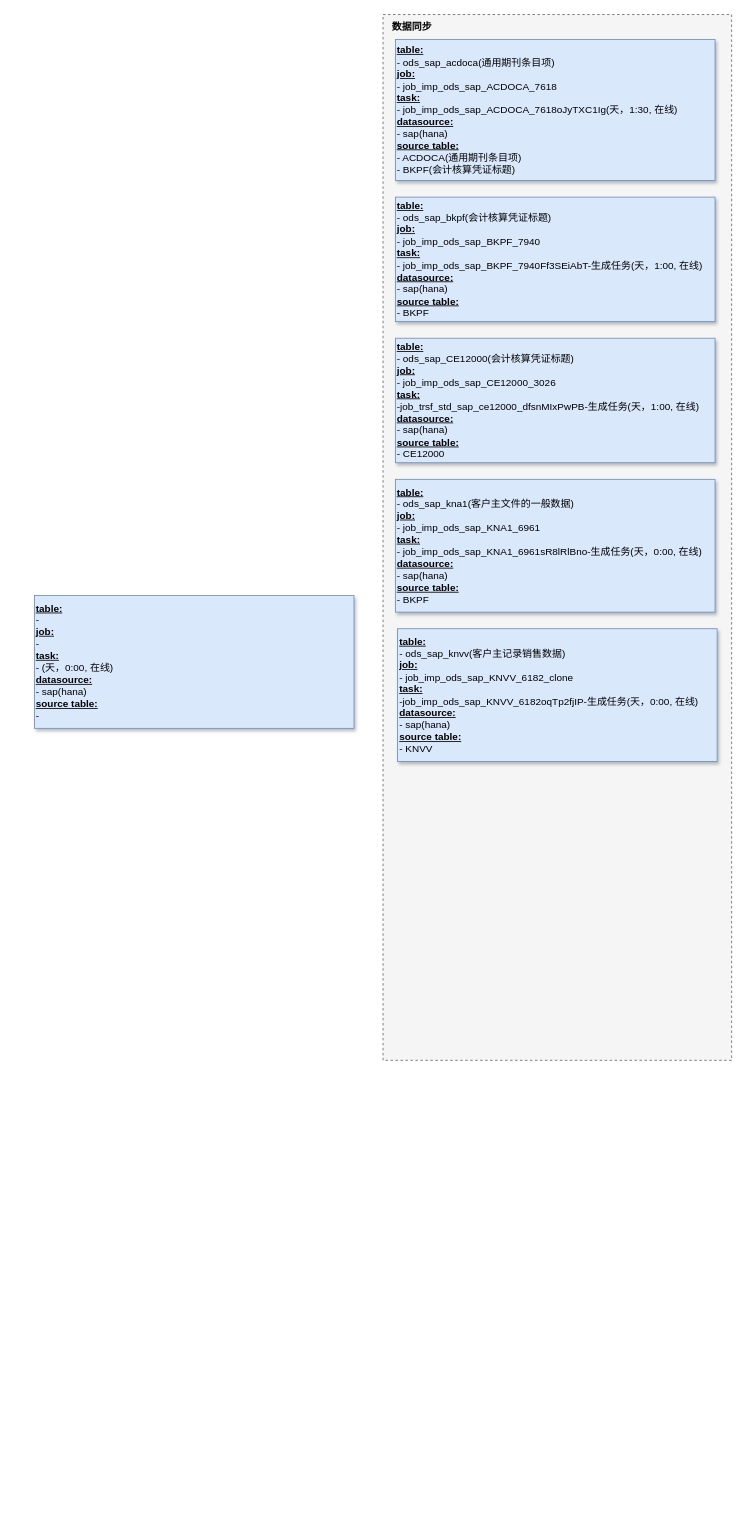
This is bow-bo.drawio from fsJerryChan/fsJerryChan, a draw.io file, before an edit. Source tidied: cells renumbered, new cells numbered last; positions are measured from the earlier drawing's top-left corner, leaving out a move shared by most shapes. Both pictures are drawn from the tidied source at 83%, with x=0, y=0 at pixel (34, 14).
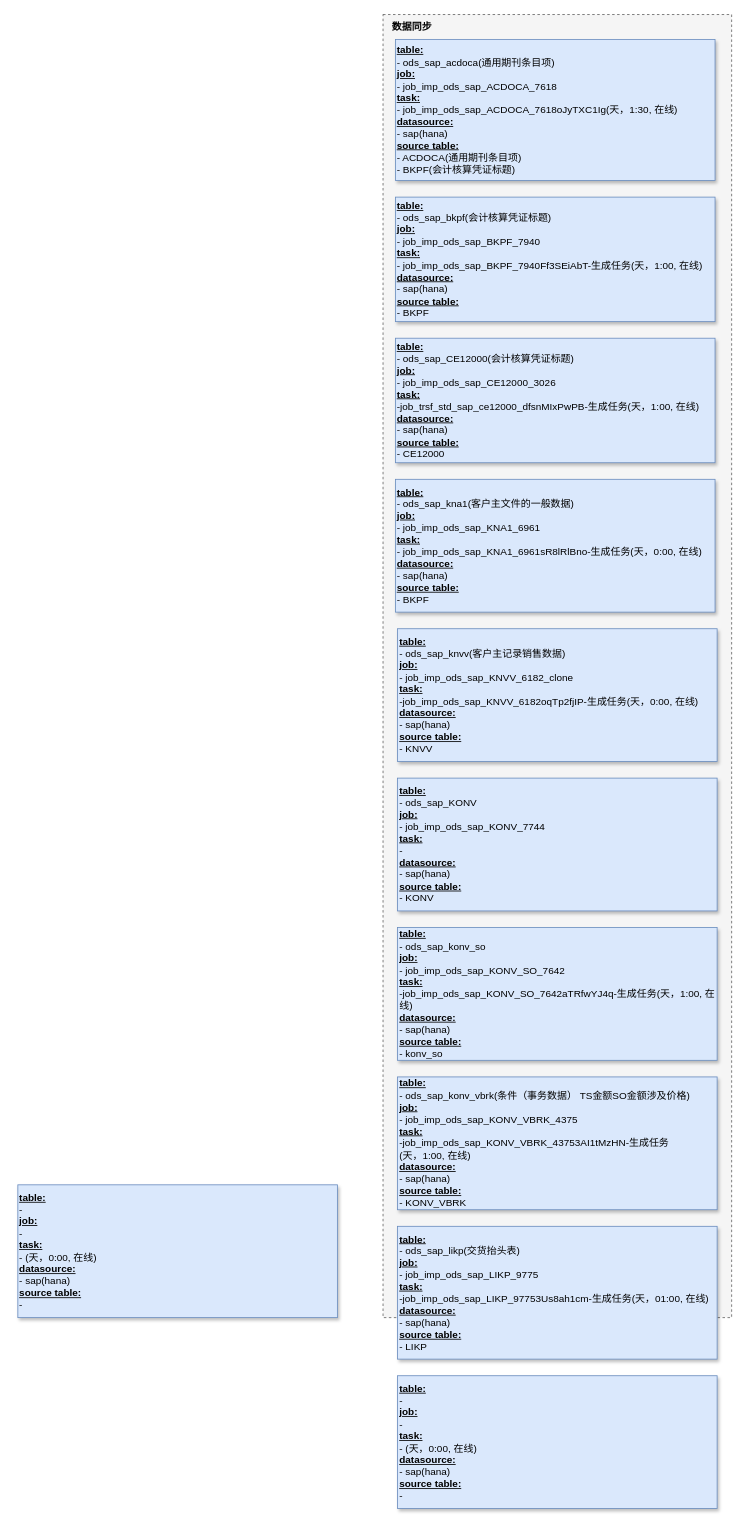
Above is the later version.

What changed in the source:
```diff
@@
 <mxGraphModel>
   <root>
     <mxCell id="0" />
     <mxCell id="1" parent="0" />
     <mxCell id="2" style="rounded=0;whiteSpace=wrap;html=1;dashed=1;fillColor=#f5f5f5;fontColor=#333333;strokeColor=#666666;" parent="1" vertex="1">
-      <mxGeometry x="420" width="420" height="1260" as="geometry" />
+      <mxGeometry x="420" width="420" height="1570" as="geometry" />
     </mxCell>
     <mxCell id="3" value="数据同步" style="text;strokeColor=none;align=center;fillColor=none;html=1;verticalAlign=middle;whiteSpace=wrap;rounded=0;fontStyle=1;" parent="1" vertex="1">
       <mxGeometry x="420" width="70" height="30" as="geometry" />
     </mxCell>
     <mxCell id="4" value="&lt;font style=&quot;font-size: 12px;&quot;&gt;&lt;b style=&quot;border-color: var(--border-color);&quot;&gt;&lt;u style=&quot;border-color: var(--border-color);&quot;&gt;table:&lt;/u&gt;&lt;/b&gt;&amp;nbsp;&lt;br style=&quot;border-color: var(--border-color);&quot;&gt;- ods_sap_acdoca(通用期刊条目项)&lt;b style=&quot;border-color: var(--border-color);&quot;&gt;&lt;u style=&quot;border-color: var(--border-color);&quot;&gt;&lt;br style=&quot;border-color: var(--border-color);&quot;&gt;job:&lt;/u&gt;&lt;/b&gt;&lt;br style=&quot;border-color: var(--border-color);&quot;&gt;- job_imp_ods_sap_ACDOCA_7618&lt;br&gt;&lt;u style=&quot;font-weight: bold;&quot;&gt;task:&lt;br&gt;&lt;/u&gt;- job_imp_ods_sap_ACDOCA_7618oJyTXC1Ig(天，1:30,&amp;nbsp;在线)&lt;br&gt;&lt;u style=&quot;font-weight: bold;&quot;&gt;datasource:&lt;/u&gt;&lt;br&gt;- sap(hana)&lt;br&gt;&lt;u style=&quot;font-weight: bold;&quot;&gt;source table:&lt;/u&gt;&amp;nbsp;&lt;br&gt;- ACDOCA(通用期刊条目项)&lt;br&gt;- BKPF(会计核算凭证标题)&lt;/font&gt;" style="rounded=0;whiteSpace=wrap;html=1;align=left;fillColor=#dae8fc;strokeColor=#6c8ebf;shadow=1;" parent="1" vertex="1">
       <mxGeometry x="435" y="30" width="385" height="170" as="geometry" />
     </mxCell>
     <mxCell id="5" value="&lt;font style=&quot;&quot;&gt;&lt;b style=&quot;font-size: 12px; border-color: var(--border-color);&quot;&gt;&lt;u style=&quot;border-color: var(--border-color);&quot;&gt;table:&lt;/u&gt;&lt;/b&gt;&amp;nbsp;&lt;br style=&quot;border-color: var(--border-color);&quot;&gt;-&amp;nbsp;ods_sap_bkpf&lt;span style=&quot;background-color: initial;&quot;&gt;(会计核算凭证标题)&lt;/span&gt;&lt;br&gt;&lt;b style=&quot;font-size: 12px; border-color: var(--border-color);&quot;&gt;&lt;u style=&quot;border-color: var(--border-color);&quot;&gt;job:&lt;/u&gt;&lt;/b&gt;&lt;br style=&quot;border-color: var(--border-color);&quot;&gt;-&amp;nbsp;job_imp_ods_sap_BKPF_7940&lt;br&gt;&lt;u style=&quot;font-size: 12px; font-weight: bold;&quot;&gt;task:&lt;br&gt;&lt;/u&gt;-&amp;nbsp;job_imp_ods_sap_BKPF_7940Ff3SEiAbT-生成任务(天，1:00,&amp;nbsp;在线)&lt;br&gt;&lt;u style=&quot;font-size: 12px; font-weight: bold;&quot;&gt;datasource:&lt;/u&gt;&lt;br&gt;- sap(hana)&lt;br&gt;&lt;u style=&quot;font-size: 12px; font-weight: bold;&quot;&gt;source table:&lt;/u&gt;&amp;nbsp;&lt;br&gt;-&amp;nbsp;&lt;/font&gt;BKPF" style="rounded=0;whiteSpace=wrap;html=1;align=left;fillColor=#dae8fc;strokeColor=#6c8ebf;shadow=1;" parent="1" vertex="1">
       <mxGeometry x="435" y="220" width="385" height="150" as="geometry" />
     </mxCell>
     <mxCell id="6" value="&lt;font style=&quot;&quot;&gt;&lt;b style=&quot;font-size: 12px; border-color: var(--border-color);&quot;&gt;&lt;u style=&quot;border-color: var(--border-color);&quot;&gt;table:&lt;/u&gt;&lt;/b&gt;&amp;nbsp;&lt;br style=&quot;border-color: var(--border-color);&quot;&gt;-&amp;nbsp;ods_sap_CE12000&lt;span style=&quot;background-color: initial;&quot;&gt;(会计核算凭证标题)&lt;/span&gt;&lt;br&gt;&lt;b style=&quot;font-size: 12px; border-color: var(--border-color);&quot;&gt;&lt;u style=&quot;border-color: var(--border-color);&quot;&gt;job:&lt;/u&gt;&lt;/b&gt;&lt;br style=&quot;border-color: var(--border-color);&quot;&gt;-&amp;nbsp;job_imp_ods_sap_CE12000_3026&lt;br&gt;&lt;u style=&quot;font-size: 12px; font-weight: bold;&quot;&gt;task:&lt;br&gt;&lt;/u&gt;-job_trsf_std_sap_ce12000_dfsnMIxPwPB-生成任务(天，1:00,&amp;nbsp;在线)&lt;br&gt;&lt;u style=&quot;font-size: 12px; font-weight: bold;&quot;&gt;datasource:&lt;/u&gt;&lt;br&gt;- sap(hana)&lt;br&gt;&lt;u style=&quot;font-size: 12px; font-weight: bold;&quot;&gt;source table:&lt;/u&gt;&amp;nbsp;&lt;br&gt;-&amp;nbsp;&lt;/font&gt;CE12000" style="rounded=0;whiteSpace=wrap;html=1;align=left;fillColor=#dae8fc;strokeColor=#6c8ebf;shadow=1;" parent="1" vertex="1">
       <mxGeometry x="435" y="390" width="385" height="150" as="geometry" />
     </mxCell>
     <mxCell id="7" value="&lt;font style=&quot;&quot;&gt;&lt;b style=&quot;font-size: 12px; border-color: var(--border-color);&quot;&gt;&lt;u style=&quot;border-color: var(--border-color);&quot;&gt;table:&lt;/u&gt;&lt;/b&gt;&amp;nbsp;&lt;br style=&quot;border-color: var(--border-color);&quot;&gt;-&amp;nbsp;ods_sap_kna1&lt;span style=&quot;background-color: initial;&quot;&gt;(客户主文件的一般数据)&lt;/span&gt;&lt;br&gt;&lt;b style=&quot;font-size: 12px; border-color: var(--border-color);&quot;&gt;&lt;u style=&quot;border-color: var(--border-color);&quot;&gt;job:&lt;/u&gt;&lt;/b&gt;&lt;br style=&quot;border-color: var(--border-color);&quot;&gt;-&amp;nbsp;job_imp_ods_sap_KNA1_6961&lt;div style=&quot;margin: 0px; padding: 0px; border: 0px; vertical-align: baseline; box-sizing: border-box; outline: none; position: relative;&quot; class=&quot;sa-row&quot;&gt;&lt;div style=&quot;margin: 0px; padding: 0px; border: 0px; vertical-align: baseline; box-sizing: border-box; outline: none; float: left; width: 254px;&quot; class=&quot;sa-form-item-wrap sa-col sa-col-24&quot; data-v-3d1367e8=&quot;&quot;&gt;&lt;div style=&quot;margin: 0px; padding: 0px; border: 0px; vertical-align: baseline; box-sizing: border-box; outline: none;&quot; class=&quot;sa-form-item is-detail sa-form-item--medium sa-form--label-left&quot;&gt;&lt;/div&gt;&lt;/div&gt;&lt;/div&gt;&lt;u style=&quot;font-size: 12px; font-weight: bold;&quot;&gt;task:&lt;br&gt;&lt;/u&gt;- job_imp_ods_sap_KNA1_6961sR8lRlBno-生成任务(天，0:00,&amp;nbsp;在线)&lt;br&gt;&lt;u style=&quot;font-size: 12px; font-weight: bold;&quot;&gt;datasource:&lt;/u&gt;&lt;br&gt;- sap(hana)&lt;br&gt;&lt;u style=&quot;font-size: 12px; font-weight: bold;&quot;&gt;source table:&lt;/u&gt;&amp;nbsp;&lt;br&gt;-&amp;nbsp;&lt;/font&gt;BKPF" style="rounded=0;whiteSpace=wrap;html=1;align=left;fillColor=#dae8fc;strokeColor=#6c8ebf;shadow=1;" parent="1" vertex="1">
       <mxGeometry x="435" y="560" width="385" height="160" as="geometry" />
     </mxCell>
     <mxCell id="8" value="&lt;font style=&quot;&quot;&gt;&lt;b style=&quot;font-size: 12px; border-color: var(--border-color);&quot;&gt;&lt;u style=&quot;border-color: var(--border-color);&quot;&gt;table:&lt;/u&gt;&lt;/b&gt;&amp;nbsp;&lt;br style=&quot;border-color: var(--border-color);&quot;&gt;-&amp;nbsp;&lt;br&gt;&lt;b style=&quot;font-size: 12px; border-color: var(--border-color);&quot;&gt;&lt;u style=&quot;border-color: var(--border-color);&quot;&gt;job:&lt;/u&gt;&lt;/b&gt;&lt;br style=&quot;border-color: var(--border-color);&quot;&gt;-&amp;nbsp;&lt;div style=&quot;margin: 0px; padding: 0px; border: 0px; vertical-align: baseline; box-sizing: border-box; outline: none; position: relative;&quot; class=&quot;sa-row&quot;&gt;&lt;div style=&quot;margin: 0px; padding: 0px; border: 0px; vertical-align: baseline; box-sizing: border-box; outline: none; float: left; width: 254px;&quot; class=&quot;sa-form-item-wrap sa-col sa-col-24&quot; data-v-3d1367e8=&quot;&quot;&gt;&lt;div style=&quot;margin: 0px; padding: 0px; border: 0px; vertical-align: baseline; box-sizing: border-box; outline: none;&quot; class=&quot;sa-form-item is-detail sa-form-item--medium sa-form--label-left&quot;&gt;&lt;/div&gt;&lt;/div&gt;&lt;/div&gt;&lt;u style=&quot;font-size: 12px; font-weight: bold;&quot;&gt;task:&lt;br&gt;&lt;/u&gt;- (天，0:00,&amp;nbsp;在线)&lt;br&gt;&lt;u style=&quot;font-size: 12px; font-weight: bold;&quot;&gt;datasource:&lt;/u&gt;&lt;br&gt;- sap(hana)&lt;br&gt;&lt;u style=&quot;font-size: 12px; font-weight: bold;&quot;&gt;source table:&lt;/u&gt;&amp;nbsp;&lt;br&gt;-&amp;nbsp;&lt;/font&gt;" style="rounded=0;whiteSpace=wrap;html=1;align=left;fillColor=#dae8fc;strokeColor=#6c8ebf;shadow=1;" parent="1" vertex="1">
-      <mxGeometry y="700" width="385" height="160" as="geometry" />
+      <mxGeometry x="-20" y="1410" width="385" height="160" as="geometry" />
     </mxCell>
     <mxCell id="9" value="&lt;font style=&quot;&quot;&gt;&lt;b style=&quot;font-size: 12px; border-color: var(--border-color);&quot;&gt;&lt;u style=&quot;border-color: var(--border-color);&quot;&gt;table:&lt;/u&gt;&lt;/b&gt;&amp;nbsp;&lt;br style=&quot;border-color: var(--border-color);&quot;&gt;-&amp;nbsp;ods_sap_knvv(客户主记录销售数据)&lt;br&gt;&lt;b style=&quot;font-size: 12px; border-color: var(--border-color);&quot;&gt;&lt;u style=&quot;border-color: var(--border-color);&quot;&gt;job:&lt;/u&gt;&lt;/b&gt;&lt;br style=&quot;border-color: var(--border-color);&quot;&gt;-&amp;nbsp;job_imp_ods_sap_KNVV_6182_clone&lt;br&gt;&lt;div style=&quot;margin: 0px; padding: 0px; border: 0px; vertical-align: baseline; box-sizing: border-box; outline: none; position: relative;&quot; class=&quot;sa-row&quot;&gt;&lt;div style=&quot;margin: 0px; padding: 0px; border: 0px; vertical-align: baseline; box-sizing: border-box; outline: none; float: left; width: 254px;&quot; class=&quot;sa-form-item-wrap sa-col sa-col-24&quot; data-v-3d1367e8=&quot;&quot;&gt;&lt;div style=&quot;margin: 0px; padding: 0px; border: 0px; vertical-align: baseline; box-sizing: border-box; outline: none;&quot; class=&quot;sa-form-item is-detail sa-form-item--medium sa-form--label-left&quot;&gt;&lt;/div&gt;&lt;/div&gt;&lt;/div&gt;&lt;div style=&quot;margin: 0px; padding: 0px; border: 0px; vertical-align: baseline; box-sizing: border-box; outline: none; position: relative;&quot; class=&quot;sa-row&quot;&gt;&lt;div style=&quot;margin: 0px; padding: 0px; border: 0px; vertical-align: baseline; box-sizing: border-box; outline: none; float: left; width: 254px;&quot; class=&quot;sa-form-item-wrap sa-col sa-col-24&quot; data-v-3d1367e8=&quot;&quot;&gt;&lt;div style=&quot;margin: 0px; padding: 0px; border: 0px; vertical-align: baseline; box-sizing: border-box; outline: none;&quot; class=&quot;sa-form-item is-detail sa-form-item--medium sa-form--label-left&quot;&gt;&lt;/div&gt;&lt;/div&gt;&lt;/div&gt;&lt;u style=&quot;font-size: 12px; font-weight: bold;&quot;&gt;task:&lt;br&gt;&lt;/u&gt;-job_imp_ods_sap_KNVV_6182oqTp2fjIP-生成任务(天，0:00,&amp;nbsp;在线)&lt;br&gt;&lt;u style=&quot;font-size: 12px; font-weight: bold;&quot;&gt;datasource:&lt;/u&gt;&lt;br&gt;- sap(hana)&lt;br&gt;&lt;u style=&quot;font-size: 12px; font-weight: bold;&quot;&gt;source table:&lt;/u&gt;&amp;nbsp;&lt;br&gt;-&amp;nbsp;KNVV&lt;/font&gt;" style="rounded=0;whiteSpace=wrap;html=1;align=left;fillColor=#dae8fc;strokeColor=#6c8ebf;shadow=1;" parent="1" vertex="1">
       <mxGeometry x="437.5" y="740" width="385" height="160" as="geometry" />
     </mxCell>
+    <mxCell id="10" value="&lt;font style=&quot;&quot;&gt;&lt;b style=&quot;font-size: 12px; border-color: var(--border-color);&quot;&gt;&lt;u style=&quot;border-color: var(--border-color);&quot;&gt;table:&lt;/u&gt;&lt;/b&gt;&amp;nbsp;&lt;br style=&quot;border-color: var(--border-color);&quot;&gt;-&amp;nbsp;ods_sap_KONV&lt;br&gt;&lt;b style=&quot;font-size: 12px; border-color: var(--border-color);&quot;&gt;&lt;u style=&quot;border-color: var(--border-color);&quot;&gt;job:&lt;/u&gt;&lt;/b&gt;&lt;br style=&quot;border-color: var(--border-color);&quot;&gt;-&amp;nbsp;job_imp_ods_sap_KONV_7744&lt;div style=&quot;margin: 0px; padding: 0px; border: 0px; vertical-align: baseline; box-sizing: border-box; outline: none; position: relative;&quot; class=&quot;sa-row&quot;&gt;&lt;div style=&quot;margin: 0px; padding: 0px; border: 0px; vertical-align: baseline; box-sizing: border-box; outline: none; float: left; width: 254px;&quot; class=&quot;sa-form-item-wrap sa-col sa-col-24&quot; data-v-3d1367e8=&quot;&quot;&gt;&lt;div style=&quot;margin: 0px; padding: 0px; border: 0px; vertical-align: baseline; box-sizing: border-box; outline: none;&quot; class=&quot;sa-form-item is-detail sa-form-item--medium sa-form--label-left&quot;&gt;&lt;/div&gt;&lt;/div&gt;&lt;/div&gt;&lt;u style=&quot;font-size: 12px; font-weight: bold;&quot;&gt;task:&lt;br&gt;&lt;/u&gt;-&amp;nbsp;&lt;br&gt;&lt;u style=&quot;font-size: 12px; font-weight: bold;&quot;&gt;datasource:&lt;/u&gt;&lt;br&gt;- sap(hana)&lt;br&gt;&lt;u style=&quot;font-size: 12px; font-weight: bold;&quot;&gt;source table:&lt;/u&gt;&amp;nbsp;&lt;br&gt;-&amp;nbsp;&lt;/font&gt;KONV" style="rounded=0;whiteSpace=wrap;html=1;align=left;fillColor=#dae8fc;strokeColor=#6c8ebf;shadow=1;" parent="1" vertex="1">
+      <mxGeometry x="437.5" y="920" width="385" height="160" as="geometry" />
+    </mxCell>
+    <mxCell id="11" value="&lt;font style=&quot;&quot;&gt;&lt;b style=&quot;font-size: 12px; border-color: var(--border-color);&quot;&gt;&lt;u style=&quot;border-color: var(--border-color);&quot;&gt;table:&lt;/u&gt;&lt;/b&gt;&amp;nbsp;&lt;br style=&quot;border-color: var(--border-color);&quot;&gt;-&amp;nbsp;ods_sap_konv_so&lt;br&gt;&lt;b style=&quot;font-size: 12px; border-color: var(--border-color);&quot;&gt;&lt;u style=&quot;border-color: var(--border-color);&quot;&gt;job:&lt;/u&gt;&lt;/b&gt;&lt;br style=&quot;border-color: var(--border-color);&quot;&gt;-&amp;nbsp;job_imp_ods_sap_KONV_SO_7642&lt;div style=&quot;margin: 0px; padding: 0px; border: 0px; vertical-align: baseline; box-sizing: border-box; outline: none; position: relative;&quot; class=&quot;sa-row&quot;&gt;&lt;div style=&quot;margin: 0px; padding: 0px; border: 0px; vertical-align: baseline; box-sizing: border-box; outline: none; float: left; width: 254px;&quot; class=&quot;sa-form-item-wrap sa-col sa-col-24&quot; data-v-3d1367e8=&quot;&quot;&gt;&lt;div style=&quot;margin: 0px; padding: 0px; border: 0px; vertical-align: baseline; box-sizing: border-box; outline: none;&quot; class=&quot;sa-form-item is-detail sa-form-item--medium sa-form--label-left&quot;&gt;&lt;/div&gt;&lt;/div&gt;&lt;/div&gt;&lt;u style=&quot;font-size: 12px; font-weight: bold;&quot;&gt;task:&lt;br&gt;&lt;/u&gt;-job_imp_ods_sap_KONV_SO_7642aTRfwYJ4q-生成任务(天，1:00,&amp;nbsp;在线)&lt;br&gt;&lt;u style=&quot;font-size: 12px; font-weight: bold;&quot;&gt;datasource:&lt;/u&gt;&lt;br&gt;- sap(hana)&lt;br&gt;&lt;u style=&quot;font-size: 12px; font-weight: bold;&quot;&gt;source table:&lt;/u&gt;&amp;nbsp;&lt;br&gt;-&amp;nbsp;&lt;/font&gt;konv_so" style="rounded=0;whiteSpace=wrap;html=1;align=left;fillColor=#dae8fc;strokeColor=#6c8ebf;shadow=1;" parent="1" vertex="1">
+      <mxGeometry x="437.5" y="1100" width="385" height="160" as="geometry" />
+    </mxCell>
+    <mxCell id="12" value="&lt;font style=&quot;&quot;&gt;&lt;b style=&quot;font-size: 12px; border-color: var(--border-color);&quot;&gt;&lt;u style=&quot;border-color: var(--border-color);&quot;&gt;table:&lt;/u&gt;&lt;/b&gt;&amp;nbsp;&lt;br style=&quot;border-color: var(--border-color);&quot;&gt;-&amp;nbsp;ods_sap_konv_vbrk(条件（事务数据）&amp;nbsp;TS金额SO金额涉及价格&lt;span style=&quot;background-color: initial;&quot;&gt;)&lt;/span&gt;&lt;br&gt;&lt;b style=&quot;font-size: 12px; border-color: var(--border-color);&quot;&gt;&lt;u style=&quot;border-color: var(--border-color);&quot;&gt;job:&lt;/u&gt;&lt;/b&gt;&lt;br style=&quot;border-color: var(--border-color);&quot;&gt;-&amp;nbsp;job_imp_ods_sap_KONV_VBRK_4375&lt;div style=&quot;margin: 0px; padding: 0px; border: 0px; vertical-align: baseline; box-sizing: border-box; outline: none; position: relative;&quot; class=&quot;sa-row&quot;&gt;&lt;div style=&quot;margin: 0px; padding: 0px; border: 0px; vertical-align: baseline; box-sizing: border-box; outline: none; float: left; width: 254px;&quot; class=&quot;sa-form-item-wrap sa-col sa-col-24&quot; data-v-3d1367e8=&quot;&quot;&gt;&lt;div style=&quot;margin: 0px; padding: 0px; border: 0px; vertical-align: baseline; box-sizing: border-box; outline: none;&quot; class=&quot;sa-form-item is-detail sa-form-item--medium sa-form--label-left&quot;&gt;&lt;/div&gt;&lt;/div&gt;&lt;/div&gt;&lt;u style=&quot;font-size: 12px; font-weight: bold;&quot;&gt;task:&lt;br&gt;&lt;/u&gt;-job_imp_ods_sap_KONV_VBRK_43753AI1tMzHN-生成任务&lt;br&gt;(天，1:00,&amp;nbsp;在线)&lt;br&gt;&lt;u style=&quot;font-size: 12px; font-weight: bold;&quot;&gt;datasource:&lt;/u&gt;&lt;br&gt;- sap(hana)&lt;br&gt;&lt;u style=&quot;font-size: 12px; font-weight: bold;&quot;&gt;source table:&lt;/u&gt;&amp;nbsp;&lt;br&gt;-&amp;nbsp;KONV_VBRK&lt;/font&gt;" style="rounded=0;whiteSpace=wrap;html=1;align=left;fillColor=#dae8fc;strokeColor=#6c8ebf;shadow=1;" parent="1" vertex="1">
+      <mxGeometry x="437.5" y="1280" width="385" height="160" as="geometry" />
+    </mxCell>
+    <mxCell id="13" value="&lt;font style=&quot;&quot;&gt;&lt;b style=&quot;font-size: 12px; border-color: var(--border-color);&quot;&gt;&lt;u style=&quot;border-color: var(--border-color);&quot;&gt;table:&lt;/u&gt;&lt;/b&gt;&amp;nbsp;&lt;br style=&quot;border-color: var(--border-color);&quot;&gt;-&amp;nbsp;ods_sap_likp(交货抬头表)&lt;br&gt;&lt;b style=&quot;font-size: 12px; border-color: var(--border-color);&quot;&gt;&lt;u style=&quot;border-color: var(--border-color);&quot;&gt;job:&lt;/u&gt;&lt;/b&gt;&lt;br style=&quot;border-color: var(--border-color);&quot;&gt;-&amp;nbsp;job_imp_ods_sap_LIKP_9775&lt;div style=&quot;margin: 0px; padding: 0px; border: 0px; vertical-align: baseline; box-sizing: border-box; outline: none; position: relative;&quot; class=&quot;sa-row&quot;&gt;&lt;div style=&quot;margin: 0px; padding: 0px; border: 0px; vertical-align: baseline; box-sizing: border-box; outline: none; float: left; width: 254px;&quot; class=&quot;sa-form-item-wrap sa-col sa-col-24&quot; data-v-3d1367e8=&quot;&quot;&gt;&lt;div style=&quot;margin: 0px; padding: 0px; border: 0px; vertical-align: baseline; box-sizing: border-box; outline: none;&quot; class=&quot;sa-form-item is-detail sa-form-item--medium sa-form--label-left&quot;&gt;&lt;/div&gt;&lt;/div&gt;&lt;/div&gt;&lt;u style=&quot;font-size: 12px; font-weight: bold;&quot;&gt;task:&lt;br&gt;&lt;/u&gt;-job_imp_ods_sap_LIKP_97753Us8ah1cm-生成任务(天，01:00,&amp;nbsp;在线)&lt;br&gt;&lt;u style=&quot;font-size: 12px; font-weight: bold;&quot;&gt;datasource:&lt;/u&gt;&lt;br&gt;- sap(hana)&lt;br&gt;&lt;u style=&quot;font-size: 12px; font-weight: bold;&quot;&gt;source table:&lt;/u&gt;&amp;nbsp;&lt;br&gt;-&amp;nbsp;&lt;/font&gt;LIKP" style="rounded=0;whiteSpace=wrap;html=1;align=left;fillColor=#dae8fc;strokeColor=#6c8ebf;shadow=1;" parent="1" vertex="1">
+      <mxGeometry x="437.5" y="1460" width="385" height="160" as="geometry" />
+    </mxCell>
+    <mxCell id="14" value="&lt;font style=&quot;&quot;&gt;&lt;b style=&quot;font-size: 12px; border-color: var(--border-color);&quot;&gt;&lt;u style=&quot;border-color: var(--border-color);&quot;&gt;table:&lt;/u&gt;&lt;/b&gt;&amp;nbsp;&lt;br style=&quot;border-color: var(--border-color);&quot;&gt;-&amp;nbsp;&lt;br&gt;&lt;b style=&quot;font-size: 12px; border-color: var(--border-color);&quot;&gt;&lt;u style=&quot;border-color: var(--border-color);&quot;&gt;job:&lt;/u&gt;&lt;/b&gt;&lt;br style=&quot;border-color: var(--border-color);&quot;&gt;-&amp;nbsp;&lt;div style=&quot;margin: 0px; padding: 0px; border: 0px; vertical-align: baseline; box-sizing: border-box; outline: none; position: relative;&quot; class=&quot;sa-row&quot;&gt;&lt;div style=&quot;margin: 0px; padding: 0px; border: 0px; vertical-align: baseline; box-sizing: border-box; outline: none; float: left; width: 254px;&quot; class=&quot;sa-form-item-wrap sa-col sa-col-24&quot; data-v-3d1367e8=&quot;&quot;&gt;&lt;div style=&quot;margin: 0px; padding: 0px; border: 0px; vertical-align: baseline; box-sizing: border-box; outline: none;&quot; class=&quot;sa-form-item is-detail sa-form-item--medium sa-form--label-left&quot;&gt;&lt;/div&gt;&lt;/div&gt;&lt;/div&gt;&lt;u style=&quot;font-size: 12px; font-weight: bold;&quot;&gt;task:&lt;br&gt;&lt;/u&gt;- (天，0:00,&amp;nbsp;在线)&lt;br&gt;&lt;u style=&quot;font-size: 12px; font-weight: bold;&quot;&gt;datasource:&lt;/u&gt;&lt;br&gt;- sap(hana)&lt;br&gt;&lt;u style=&quot;font-size: 12px; font-weight: bold;&quot;&gt;source table:&lt;/u&gt;&amp;nbsp;&lt;br&gt;-&amp;nbsp;&lt;/font&gt;" style="rounded=0;whiteSpace=wrap;html=1;align=left;fillColor=#dae8fc;strokeColor=#6c8ebf;shadow=1;" parent="1" vertex="1">
+      <mxGeometry x="437.5" y="1640" width="385" height="160" as="geometry" />
+    </mxCell>
   </root>
 </mxGraphModel>
```
